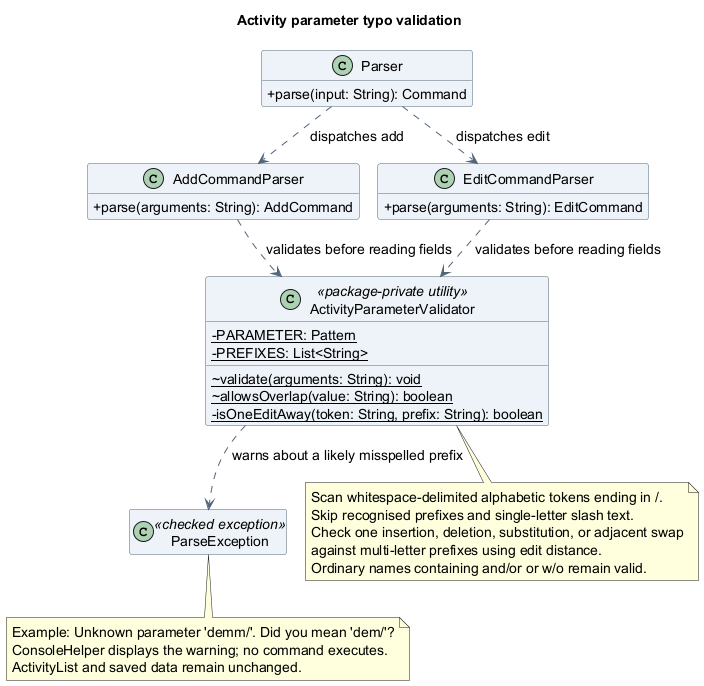
AY2627S1-CS2113-T10-4/tp keeps this PlantUML diagram as docs/images/atharva/class/ActivityParameterValidatorClassDiagram.png. Above is the earlier version. Source of this version:
```plantuml
@startuml
!pragma layout smetana
title Activity parameter typo validation
skinparam backgroundColor white
skinparam shadowing false
skinparam defaultFontName SansSerif
skinparam defaultFontSize 14
skinparam classAttributeIconSize 0
skinparam classBackgroundColor #EDF3F8
skinparam classBorderColor #526477
skinparam ArrowColor #526477
hide empty members

class Parser {
  +parse(input: String): Command
}
class AddCommandParser {
  +parse(arguments: String): AddCommand
}
class EditCommandParser {
  +parse(arguments: String): EditCommand
}
class ActivityParameterValidator <<package-private utility>> {
  {static} -PARAMETER: Pattern
  {static} -PREFIXES: List<String>
  {static} ~validate(arguments: String): void
  {static} ~allowsOverlap(value: String): boolean
  {static} -isOneEditAway(token: String, prefix: String): boolean
}
class ParseException <<checked exception>>

Parser ..> AddCommandParser : dispatches add
Parser ..> EditCommandParser : dispatches edit
AddCommandParser ..> ActivityParameterValidator : validates before reading fields
EditCommandParser ..> ActivityParameterValidator : validates before reading fields
ActivityParameterValidator ..> ParseException : warns about a likely misspelled prefix

note bottom of ActivityParameterValidator
  Scan whitespace-delimited alphabetic tokens ending in /.
  Skip recognised prefixes and single-letter slash text.
  Check one insertion, deletion, substitution, or adjacent swap
  against multi-letter prefixes using edit distance.
  Ordinary names containing and/or or w/o remain valid.
end note
note bottom of ParseException
  Example: Unknown parameter 'demm/'. Did you mean 'dem/'?
  ConsoleHelper displays the warning; no command executes.
  ActivityList and saved data remain unchanged.
end note
@enduml
```
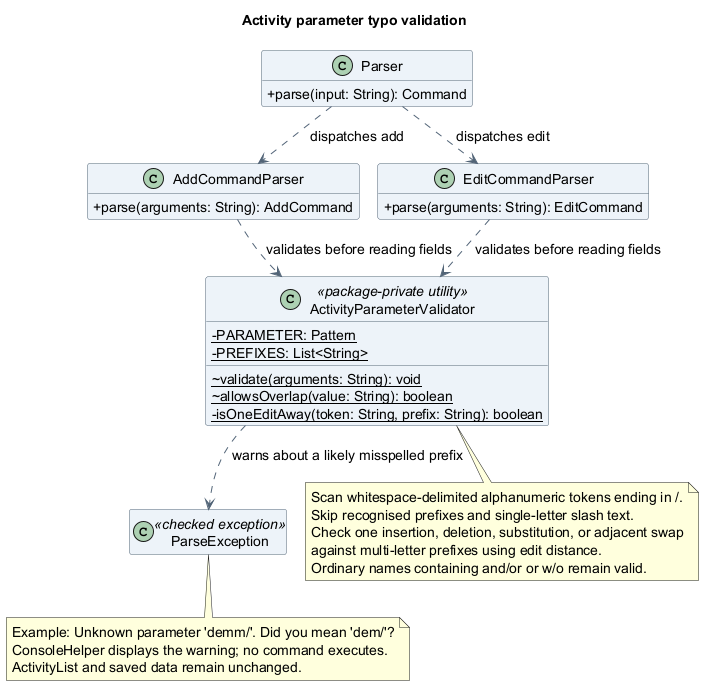
After the commit.

Commit message:
fix(parser): catch digit-containing activity parameter typos

The edit, as a diff of the source:
```diff
@@ -36,7 +36,7 @@
 ActivityParameterValidator ..> ParseException : warns about a likely misspelled prefix
 
 note bottom of ActivityParameterValidator
-  Scan whitespace-delimited alphabetic tokens ending in /.
+  Scan whitespace-delimited alphanumeric tokens ending in /.
   Skip recognised prefixes and single-letter slash text.
   Check one insertion, deletion, substitution, or adjacent swap
   against multi-letter prefixes using edit distance.
```
